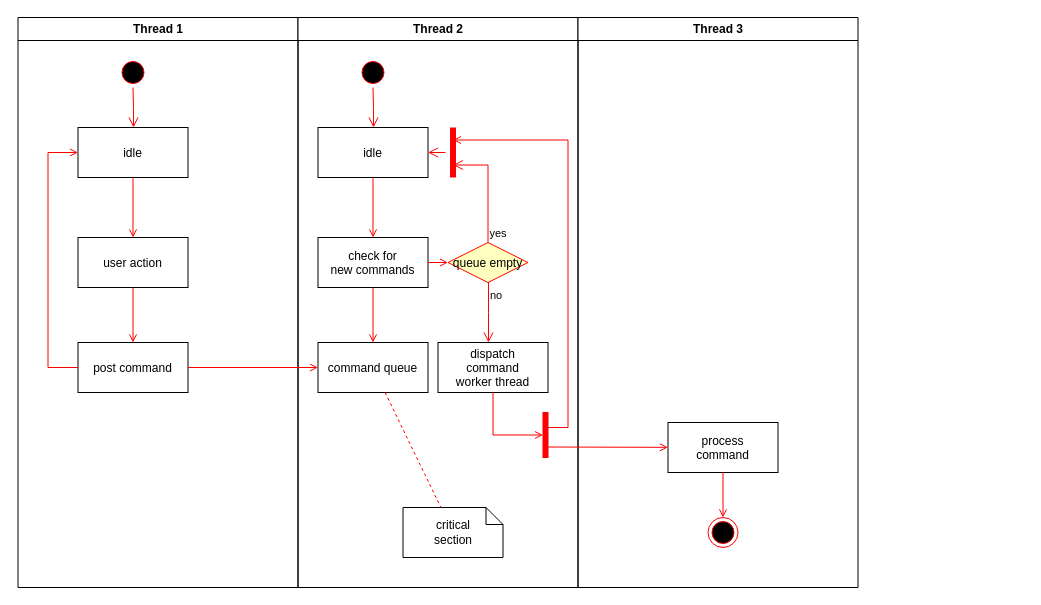
Earlier version of the draw.io diagram Untitled Diagram.drawio (lulicajal/practicalucilacajal). Source tidied: cells renumbered, new cells numbered last; positions are measured from the earlier drawing's top-left corner, leaving out a move shared by most shapes. Both pictures are drawn from the tidied source at 100%, with x=0, y=0 at pixel (17, 17).
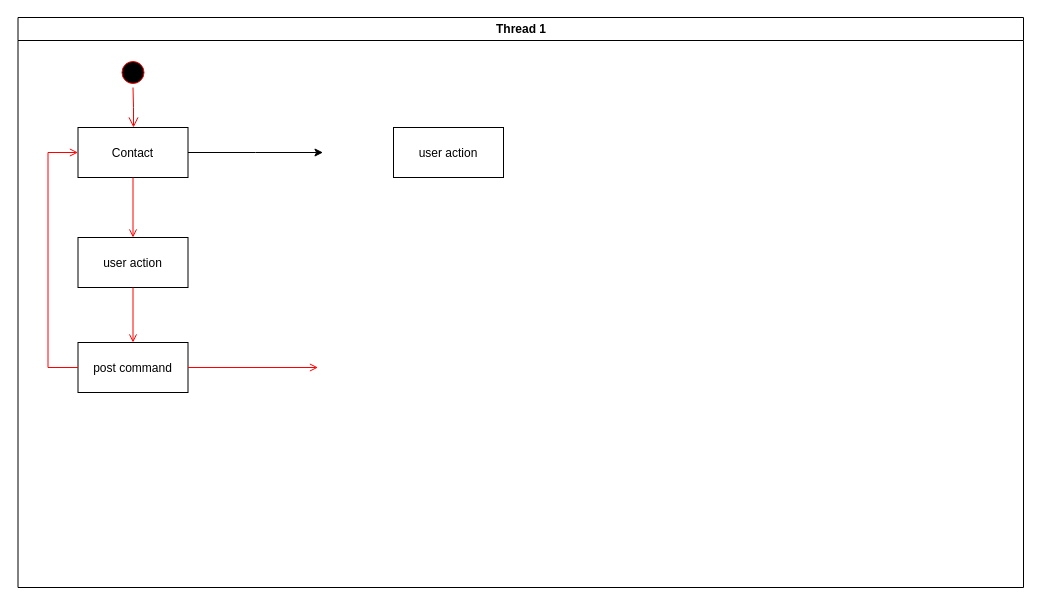
The same diagram, later.

Unchanged cells that the change refers to:
```xml
<mxCell id="8" value="post command" parent="2" vertex="1">
  <mxGeometry x="60" y="325" width="110" height="50" as="geometry" />
</mxCell>
```

Diff of the diagram source:
```diff
@@
     <mxCell id="2" value="Thread 1" style="swimlane;whiteSpace=wrap;" parent="1" vertex="1">
-      <mxGeometry x="0.5" width="280" height="570" as="geometry" />
+      <mxGeometry x="0.5" width="1005.5" height="570" as="geometry" />
     </mxCell>
@@
+    <mxCell id="37" style="edgeStyle=orthogonalEdgeStyle;rounded=0;jettySize=auto;html=1;" parent="2" edge="1" source="5">
+      <mxGeometry relative="1" as="geometry">
+        <mxPoint x="305" y="135" as="targetPoint" />
+      </mxGeometry>
+    </mxCell>
-    <mxCell id="5" value="idle" parent="2" vertex="1">
+    <mxCell id="5" value="Contact" parent="2" vertex="1">
       <mxGeometry x="60" y="110" width="110" height="50" as="geometry" />
     </mxCell>
@@
-    <mxCell id="11" value="Thread 2" style="swimlane;whiteSpace=wrap;" parent="1" vertex="1">
-      <mxGeometry x="280.5" width="280" height="570" as="geometry" />
-    </mxCell>
-    <mxCell id="12" style="ellipse;shape=startState;fillColor=#000000;strokeColor=#ff0000;" parent="11" vertex="1">
-      <mxGeometry x="60" y="40" width="30" height="30" as="geometry" />
-    </mxCell>
-    <mxCell id="13" style="edgeStyle=elbowEdgeStyle;elbow=horizontal;verticalAlign=bottom;endArrow=open;endSize=8;strokeColor=#FF0000;endFill=1;rounded=0;" parent="11" edge="1" source="12" target="14">
-      <mxGeometry x="40" y="20" as="geometry" />
-    </mxCell>
-    <mxCell id="14" value="idle" parent="11" vertex="1">
-      <mxGeometry x="20" y="110" width="110" height="50" as="geometry" />
-    </mxCell>
-    <mxCell id="15" value="check for &#10;new commands" parent="11" vertex="1">
-      <mxGeometry x="20" y="220" width="110" height="50" as="geometry" />
-    </mxCell>
-    <mxCell id="16" style="endArrow=open;strokeColor=#FF0000;endFill=1;rounded=0;" parent="11" edge="1" source="14" target="15">
-      <mxGeometry relative="1" as="geometry" />
-    </mxCell>
-    <mxCell id="17" value="command queue" parent="11" vertex="1">
-      <mxGeometry x="20" y="325" width="110" height="50" as="geometry" />
-    </mxCell>
-    <mxCell id="18" style="endArrow=open;strokeColor=#FF0000;endFill=1;rounded=0;" parent="11" edge="1" source="15" target="17">
-      <mxGeometry relative="1" as="geometry" />
-    </mxCell>
-    <mxCell id="19" value="queue empty" style="rhombus;fillColor=#ffffc0;strokeColor=#ff0000;" parent="11" vertex="1">
-      <mxGeometry x="150" y="225" width="80" height="40" as="geometry" />
-    </mxCell>
-    <mxCell id="20" value="yes" style="edgeStyle=elbowEdgeStyle;elbow=horizontal;align=left;verticalAlign=bottom;endArrow=open;endSize=8;strokeColor=#FF0000;exitX=0.5;exitY=0;endFill=1;rounded=0;entryX=0.75;entryY=0.5;entryPerimeter=0;" parent="11" edge="1" source="19" target="23">
-      <mxGeometry x="-1" relative="1" as="geometry">
-        <Array as="points">
-          <mxPoint x="190" y="180" />
-        </Array>
-      </mxGeometry>
-    </mxCell>
-    <mxCell id="21" value="no" style="edgeStyle=elbowEdgeStyle;elbow=horizontal;align=left;verticalAlign=top;endArrow=open;endSize=8;strokeColor=#FF0000;endFill=1;rounded=0;" parent="11" edge="1" source="19" target="25">
-      <mxGeometry x="-1" relative="1" as="geometry" />
-    </mxCell>
-    <mxCell id="22" style="endArrow=open;strokeColor=#FF0000;endFill=1;rounded=0;" parent="11" edge="1" source="15" target="19">
-      <mxGeometry relative="1" as="geometry" />
-    </mxCell>
-    <mxCell id="23" style="shape=line;strokeWidth=6;strokeColor=#ff0000;rotation=90;" parent="11" vertex="1">
-      <mxGeometry x="130" y="127.5" width="50" height="15" as="geometry" />
-    </mxCell>
-    <mxCell id="24" style="edgeStyle=elbowEdgeStyle;elbow=horizontal;verticalAlign=bottom;endArrow=open;endSize=8;strokeColor=#FF0000;endFill=1;rounded=0;" parent="11" edge="1" source="23" target="14">
-      <mxGeometry x="130" y="90" as="geometry" />
-    </mxCell>
-    <mxCell id="25" value="dispatch&#10;command&#10;worker thread" parent="11" vertex="1">
-      <mxGeometry x="140" y="325" width="110" height="50" as="geometry" />
-    </mxCell>
-    <mxCell id="26" value="critical&#10;section" style="shape=note;whiteSpace=wrap;size=17;" parent="11" vertex="1">
-      <mxGeometry x="105" y="490" width="100" height="50" as="geometry" />
-    </mxCell>
-    <mxCell id="27" style="endArrow=none;strokeColor=#FF0000;endFill=0;rounded=0;dashed=1;" parent="11" edge="1" source="17" target="26">
-      <mxGeometry relative="1" as="geometry" />
-    </mxCell>
-    <mxCell id="28" style="whiteSpace=wrap;strokeColor=#FF0000;fillColor=#FF0000;" parent="11" vertex="1">
-      <mxGeometry x="245" y="395" width="5" height="45" as="geometry" />
-    </mxCell>
-    <mxCell id="29" style="edgeStyle=elbowEdgeStyle;elbow=horizontal;entryX=0;entryY=0.5;strokeColor=#FF0000;endArrow=open;endFill=1;rounded=0;" parent="11" edge="1" source="25" target="28">
-      <mxGeometry relative="1" as="geometry">
-        <Array as="points">
-          <mxPoint x="195" y="400" />
-        </Array>
-      </mxGeometry>
-    </mxCell>
-    <mxCell id="30" value="Thread 3" style="swimlane;whiteSpace=wrap;" parent="1" vertex="1">
-      <mxGeometry x="560.5" width="280" height="570" as="geometry" />
-    </mxCell>
-    <mxCell id="31" value="process&#10;command" parent="30" vertex="1">
-      <mxGeometry x="90" y="405" width="110" height="50" as="geometry" />
-    </mxCell>
-    <mxCell id="32" style="edgeStyle=elbowEdgeStyle;elbow=horizontal;strokeColor=#FF0000;endArrow=open;endFill=1;rounded=0;entryX=0.25;entryY=0.5;entryPerimeter=0;" parent="30" edge="1" target="23">
-      <mxGeometry relative="1" as="geometry">
-        <mxPoint x="-30" y="410" as="sourcePoint" />
-        <Array as="points">
-          <mxPoint x="-10" y="135" />
-        </Array>
-      </mxGeometry>
-    </mxCell>
-    <mxCell id="33" style="edgeStyle=none;strokeColor=#FF0000;endArrow=open;endFill=1;rounded=0;" parent="30" edge="1" target="31">
-      <mxGeometry relative="1" as="geometry">
-        <mxPoint x="-30" y="429.5" as="sourcePoint" />
-      </mxGeometry>
-    </mxCell>
-    <mxCell id="34" style="ellipse;shape=endState;fillColor=#000000;strokeColor=#ff0000;" parent="30" vertex="1">
-      <mxGeometry x="130" y="500" width="30" height="30" as="geometry" />
-    </mxCell>
-    <mxCell id="35" style="endArrow=open;strokeColor=#FF0000;endFill=1;rounded=0;" parent="30" edge="1" source="31" target="34">
-      <mxGeometry relative="1" as="geometry" />
-    </mxCell>
+    <mxCell id="38" value="user action" parent="2" vertex="1">
+      <mxGeometry x="375.5" y="110" width="110" height="50" as="geometry" />
+    </mxCell>
-    <mxCell id="36" style="endArrow=open;strokeColor=#FF0000;endFill=1;rounded=0;" parent="1" edge="1" source="8" target="17">
-      <mxGeometry relative="1" as="geometry" />
+    <mxCell id="36" style="endArrow=open;strokeColor=#FF0000;endFill=1;rounded=0;" parent="1" edge="1" source="8">
+      <mxGeometry relative="1" as="geometry">
+        <mxPoint x="300.5" y="350" as="targetPoint" />
+      </mxGeometry>
     </mxCell>
```
